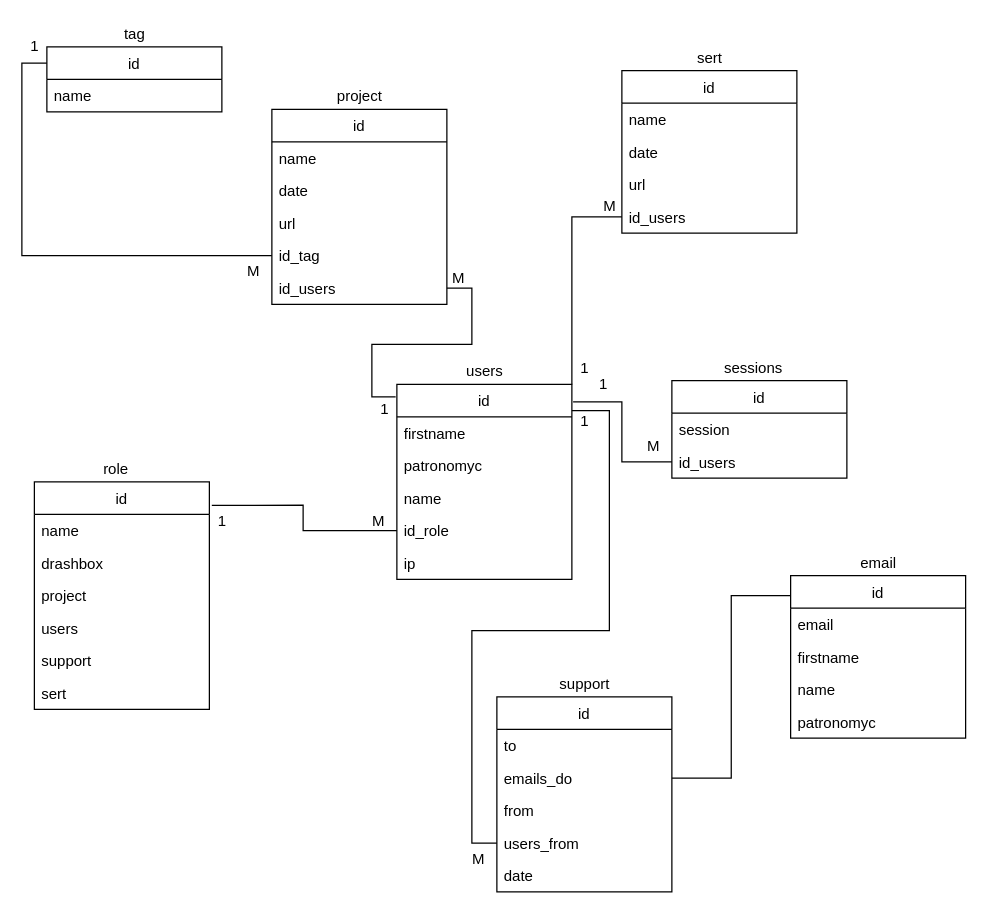
Earlier version of the draw.io diagram documentation/database/ERmodel.drawio (romik2/RomtuckPersonal). Source tidied: cells renumbered, new cells numbered last; positions are measured from the earlier drawing's top-left corner, leaving out a move shared by most shapes. Both pictures are drawn from the tidied source at 125%, with x=0, y=0 at pixel (21, 21).
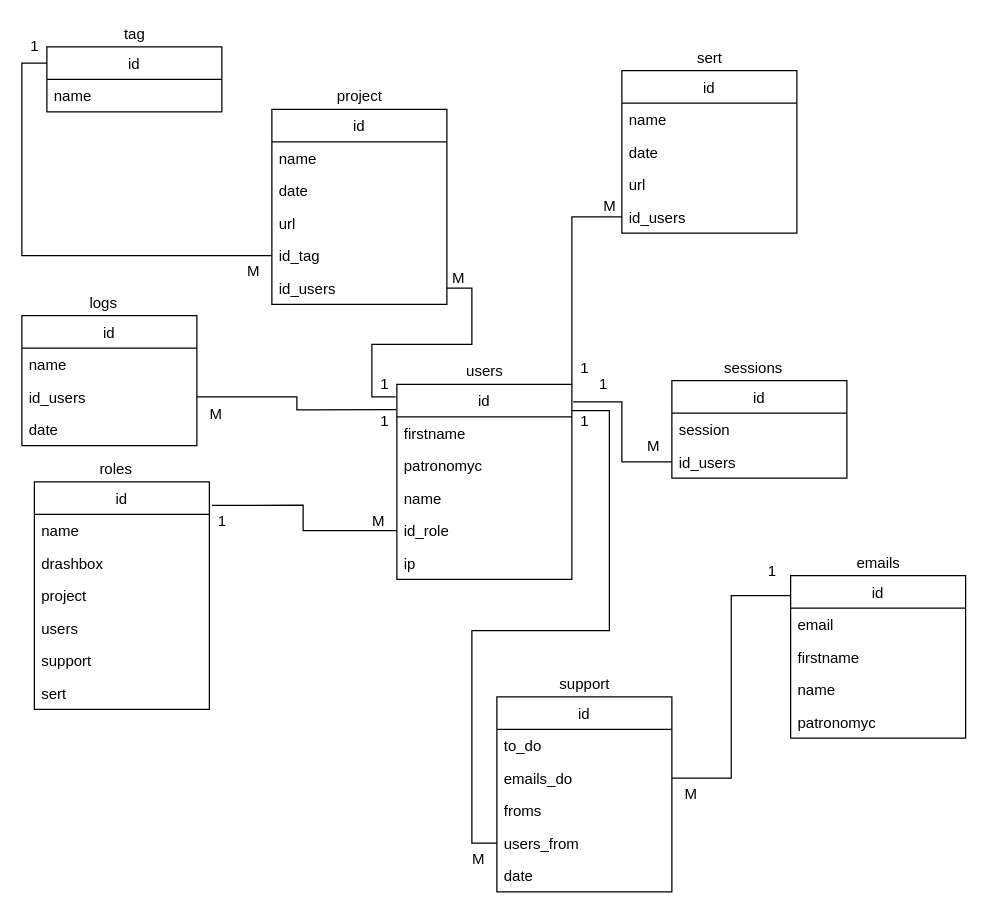
The same diagram, later.

Unchanged cells that the change refers to:
```xml
<mxCell id="15" value="id" style="swimlane;fontStyle=0;horizontal=1;startSize=26;fillColor=none;" parent="1" vertex="1">
  <mxGeometry x="300" y="290" width="140" height="156" as="geometry" />
</mxCell>
<mxCell id="58" value="id" style="swimlane;fontStyle=0;horizontal=1;startSize=26;fillColor=none;" parent="1" vertex="1">
  <mxGeometry x="380" y="540" width="140" height="156" as="geometry" />
</mxCell>
```

Diff of the diagram source:
```diff
@@
     <mxCell id="23" value="1" style="text;html=1;align=center;verticalAlign=middle;" parent="1" vertex="1">
-      <mxGeometry x="280" y="300" width="20" height="20" as="geometry" />
+      <mxGeometry x="280" y="280" width="20" height="20" as="geometry" />
     </mxCell>
@@
-    <mxCell id="32" value="role" style="text;html=1;align=center;verticalAlign=middle;" parent="1" vertex="1">
+    <mxCell id="32" value="roles" style="text;html=1;align=center;verticalAlign=middle;" parent="1" vertex="1">
       <mxGeometry x="55" y="348" width="40" height="20" as="geometry" />
     </mxCell>
@@
-    <mxCell id="57" value="email" style="text;html=1;align=center;verticalAlign=middle;" parent="1" vertex="1">
-      <mxGeometry x="665" y="423" width="40" height="20" as="geometry" />
+    <mxCell id="57" value="emails" style="text;html=1;align=center;verticalAlign=middle;" parent="1" vertex="1">
+      <mxGeometry x="660" y="423" width="50" height="20" as="geometry" />
     </mxCell>
@@
-    <mxCell id="59" value="to" style="text;strokeColor=none;fillColor=none;align=left;verticalAlign=top;spacingLeft=4;spacingRight=4;overflow=hidden;" parent="58" vertex="1">
+    <mxCell id="59" value="to_do" style="text;strokeColor=none;fillColor=none;align=left;verticalAlign=top;spacingLeft=4;spacingRight=4;overflow=hidden;" parent="58" vertex="1">
       <mxGeometry y="26" width="140" height="26" as="geometry" />
     </mxCell>
@@
-    <mxCell id="61" value="from" style="text;strokeColor=none;fillColor=none;align=left;verticalAlign=top;spacingLeft=4;spacingRight=4;overflow=hidden;" parent="58" vertex="1">
+    <mxCell id="61" value="froms" style="text;strokeColor=none;fillColor=none;align=left;verticalAlign=top;spacingLeft=4;spacingRight=4;overflow=hidden;" parent="58" vertex="1">
       <mxGeometry y="78" width="140" height="26" as="geometry" />
     </mxCell>
@@
+    <mxCell id="69" value="id" style="swimlane;fontStyle=0;horizontal=1;startSize=26;fillColor=none;" parent="1" vertex="1">
+      <mxGeometry y="235" width="140" height="104" as="geometry" />
+    </mxCell>
+    <mxCell id="70" value="name" style="text;strokeColor=none;fillColor=none;align=left;verticalAlign=top;spacingLeft=4;spacingRight=4;overflow=hidden;" parent="69" vertex="1">
+      <mxGeometry y="26" width="140" height="26" as="geometry" />
+    </mxCell>
+    <mxCell id="71" value="id_users" style="text;strokeColor=none;fillColor=none;align=left;verticalAlign=top;spacingLeft=4;spacingRight=4;overflow=hidden;points=[[0,0.5],[1,0.5]];portConstraint=eastwest;" parent="69" vertex="1">
+      <mxGeometry y="52" width="140" height="26" as="geometry" />
+    </mxCell>
+    <mxCell id="72" value="date" style="text;strokeColor=none;fillColor=none;align=left;verticalAlign=top;spacingLeft=4;spacingRight=4;overflow=hidden;" parent="69" vertex="1">
+      <mxGeometry y="78" width="140" height="26" as="geometry" />
+    </mxCell>
+    <mxCell id="73" value="logs" style="text;html=1;align=center;verticalAlign=middle;" parent="1" vertex="1">
+      <mxGeometry x="45" y="215" width="40" height="20" as="geometry" />
+    </mxCell>
+    <mxCell id="74" style="edgeStyle=orthogonalEdgeStyle;rounded=0;jettySize=auto;html=1;exitX=1;exitY=0.5;exitDx=0;exitDy=0;entryX=-0.004;entryY=0.13;entryDx=0;entryDy=0;entryPerimeter=0;endArrow=none;endFill=0;" parent="1" edge="1" source="71" target="15">
+      <mxGeometry relative="1" as="geometry" />
+    </mxCell>
+    <mxCell id="75" value="1" style="text;html=1;align=center;verticalAlign=middle;" parent="1" vertex="1">
+      <mxGeometry x="280" y="310" width="20" height="20" as="geometry" />
+    </mxCell>
+    <mxCell id="76" value="М" style="text;html=1;align=center;verticalAlign=middle;" parent="1" vertex="1">
+      <mxGeometry x="140" y="304" width="30" height="20" as="geometry" />
+    </mxCell>
+    <mxCell id="77" value="1" style="text;html=1;align=center;verticalAlign=middle;" parent="1" vertex="1">
+      <mxGeometry x="590" y="430" width="20" height="20" as="geometry" />
+    </mxCell>
+    <mxCell id="78" value="М" style="text;html=1;align=center;verticalAlign=middle;" parent="1" vertex="1">
+      <mxGeometry x="520" y="608" width="30" height="20" as="geometry" />
+    </mxCell>
```
